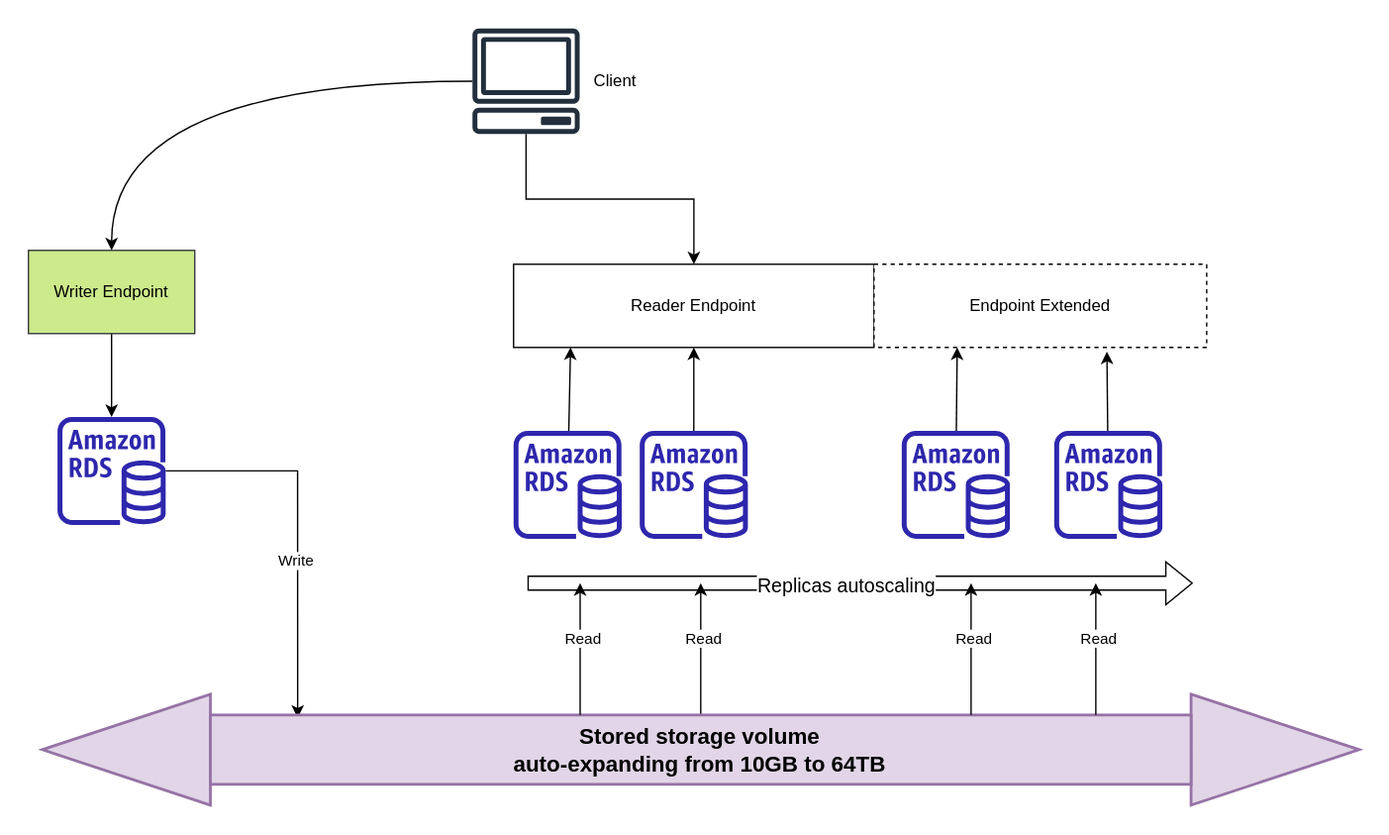
Above: 06-aws-fundamentals-rds_aurora_elasticache/assets/aurora-rds-autoscaling.svg in aditya109/journey-aws-cloud-architect (draw.io), before the change. Source tidied: cells renumbered, new cells last; positions are measured from the earlier drawing's top-left corner, leaving out a move shared by most shapes. The source it was exported from:
```xml
<mxGraphModel>
  <root>
    <mxCell id="0" />
    <mxCell id="1" parent="0" />
    <mxCell id="2" style="edgeStyle=orthogonalEdgeStyle;rounded=0;jettySize=auto;html=1;entryX=0.5;entryY=0;entryDx=0;entryDy=0;curved=1;" parent="1" edge="1" source="4" target="7">
      <mxGeometry relative="1" as="geometry" />
    </mxCell>
    <mxCell id="3" style="edgeStyle=orthogonalEdgeStyle;rounded=0;jettySize=auto;html=1;" parent="1" edge="1" source="4" target="16">
      <mxGeometry relative="1" as="geometry" />
    </mxCell>
    <mxCell id="4" style="sketch=0;outlineConnect=0;fontColor=#232F3E;gradientColor=none;fillColor=#232F3D;strokeColor=none;dashed=0;verticalLabelPosition=bottom;verticalAlign=top;align=center;html=1;fontSize=12;fontStyle=0;shape=mxgraph.aws4.client;" parent="1" vertex="1">
      <mxGeometry x="320" width="78" height="76" as="geometry" />
    </mxCell>
    <mxCell id="5" value="Client" style="text;html=1;align=center;verticalAlign=middle;strokeColor=none;fillColor=none;" parent="1" vertex="1">
      <mxGeometry x="398" y="28" width="50" height="20" as="geometry" />
    </mxCell>
    <mxCell id="6" style="edgeStyle=orthogonalEdgeStyle;rounded=0;jettySize=auto;html=1;" parent="1" edge="1" source="7" target="10">
      <mxGeometry relative="1" as="geometry" />
    </mxCell>
    <mxCell id="7" value="Writer Endpoint" style="rounded=0;whiteSpace=wrap;html=1;fillColor=#cdeb8b;strokeColor=#36393d;" parent="1" vertex="1">
      <mxGeometry y="160" width="120" height="60" as="geometry" />
    </mxCell>
    <mxCell id="8" style="edgeStyle=orthogonalEdgeStyle;rounded=0;jettySize=auto;html=1;entryX=0.089;entryY=0.04;entryDx=0;entryDy=0;entryPerimeter=0;" parent="1" edge="1" source="10" target="15">
      <mxGeometry relative="1" as="geometry" />
    </mxCell>
    <mxCell id="9" value="Write" style="edgeLabel;html=1;align=center;verticalAlign=middle;" parent="8" vertex="1">
      <mxGeometry x="0.17" y="-2" relative="1" as="geometry" />
    </mxCell>
    <mxCell id="10" style="sketch=0;outlineConnect=0;fontColor=#232F3E;gradientColor=none;fillColor=#2E27AD;strokeColor=none;dashed=0;verticalLabelPosition=bottom;verticalAlign=top;align=center;html=1;fontSize=12;fontStyle=0;shape=mxgraph.aws4.rds_instance;" parent="1" vertex="1">
      <mxGeometry x="21" y="280" width="78" height="78" as="geometry" />
    </mxCell>
    <mxCell id="11" style="triangle;whiteSpace=wrap;html=1;strokeColor=#9673a6;strokeWidth=2;fillColor=#e1d5e7;" parent="1" vertex="1">
      <mxGeometry x="838.7" y="480" width="121.3" height="80" as="geometry" />
    </mxCell>
    <mxCell id="12" style="triangle;whiteSpace=wrap;html=1;strokeColor=#9673a6;strokeWidth=2;rotation=-180;fillColor=#e1d5e7;" parent="1" vertex="1">
      <mxGeometry x="10" y="480" width="121.3" height="80" as="geometry" />
    </mxCell>
    <mxCell id="13" style="edgeStyle=none;rounded=0;jettySize=auto;html=1;fontSize=14;" parent="1" edge="1" source="15">
      <mxGeometry relative="1" as="geometry">
        <mxPoint x="485" y="400" as="targetPoint" />
      </mxGeometry>
    </mxCell>
    <mxCell id="14" value="Read" style="edgeLabel;html=1;align=center;verticalAlign=middle;fontSize=11;" parent="13" vertex="1">
      <mxGeometry x="0.16" y="-1" relative="1" as="geometry" />
    </mxCell>
    <mxCell id="15" value="&lt;b style=&quot;font-size: 16px&quot;&gt;Stored storage volume&lt;br&gt;auto-expanding from 10GB to 64TB&lt;/b&gt;" style="rounded=0;whiteSpace=wrap;html=1;strokeColor=#9673a6;strokeWidth=2;fillColor=#e1d5e7;" parent="1" vertex="1">
      <mxGeometry x="131.3" y="495" width="707.5" height="50" as="geometry" />
    </mxCell>
    <mxCell id="16" value="Reader Endpoint" style="rounded=0;whiteSpace=wrap;html=1;" parent="1" vertex="1">
      <mxGeometry x="350" y="170" width="260" height="60" as="geometry" />
    </mxCell>
    <mxCell id="17" value="Endpoint Extended" style="rounded=0;whiteSpace=wrap;html=1;dashed=1;" parent="1" vertex="1">
      <mxGeometry x="610" y="170" width="240" height="60" as="geometry" />
    </mxCell>
    <mxCell id="18" style="rounded=0;jettySize=auto;html=1;entryX=0.158;entryY=1;entryDx=0;entryDy=0;entryPerimeter=0;" parent="1" edge="1" source="19" target="16">
      <mxGeometry relative="1" as="geometry" />
    </mxCell>
    <mxCell id="19" style="sketch=0;outlineConnect=0;fontColor=#232F3E;gradientColor=none;fillColor=#2E27AD;strokeColor=none;dashed=0;verticalLabelPosition=bottom;verticalAlign=top;align=center;html=1;fontSize=12;fontStyle=0;shape=mxgraph.aws4.rds_instance;" parent="1" vertex="1">
      <mxGeometry x="350" y="290" width="78" height="78" as="geometry" />
    </mxCell>
    <mxCell id="20" style="edgeStyle=none;rounded=0;jettySize=auto;html=1;" parent="1" edge="1" source="21" target="16">
      <mxGeometry relative="1" as="geometry" />
    </mxCell>
    <mxCell id="21" style="sketch=0;outlineConnect=0;fontColor=#232F3E;gradientColor=none;fillColor=#2E27AD;strokeColor=none;dashed=0;verticalLabelPosition=bottom;verticalAlign=top;align=center;html=1;fontSize=12;fontStyle=0;shape=mxgraph.aws4.rds_instance;" parent="1" vertex="1">
      <mxGeometry x="441" y="290" width="78" height="78" as="geometry" />
    </mxCell>
    <mxCell id="22" style="edgeStyle=none;rounded=0;jettySize=auto;html=1;entryX=0.25;entryY=1;entryDx=0;entryDy=0;" parent="1" edge="1" source="23" target="17">
      <mxGeometry relative="1" as="geometry" />
    </mxCell>
    <mxCell id="23" style="sketch=0;outlineConnect=0;fontColor=#232F3E;gradientColor=none;fillColor=#2E27AD;strokeColor=none;dashed=0;verticalLabelPosition=bottom;verticalAlign=top;align=center;html=1;fontSize=12;fontStyle=0;shape=mxgraph.aws4.rds_instance;" parent="1" vertex="1">
      <mxGeometry x="630" y="290" width="78" height="78" as="geometry" />
    </mxCell>
    <mxCell id="24" style="edgeStyle=none;rounded=0;jettySize=auto;html=1;entryX=0.7;entryY=1.05;entryDx=0;entryDy=0;entryPerimeter=0;" parent="1" edge="1" source="25" target="17">
      <mxGeometry relative="1" as="geometry" />
    </mxCell>
    <mxCell id="25" style="sketch=0;outlineConnect=0;fontColor=#232F3E;gradientColor=none;fillColor=#2E27AD;strokeColor=none;dashed=0;verticalLabelPosition=bottom;verticalAlign=top;align=center;html=1;fontSize=12;fontStyle=0;shape=mxgraph.aws4.rds_instance;" parent="1" vertex="1">
      <mxGeometry x="740" y="290" width="78" height="78" as="geometry" />
    </mxCell>
    <mxCell id="26" style="shape=flexArrow;endArrow=classic;html=1;rounded=0;" parent="1" edge="1">
      <mxGeometry relative="1" as="geometry">
        <mxPoint x="360" y="400" as="sourcePoint" />
        <mxPoint x="840" y="400" as="targetPoint" />
      </mxGeometry>
    </mxCell>
    <mxCell id="27" value="Replicas autoscaling" style="edgeLabel;html=1;align=center;verticalAlign=middle;fontSize=14;" parent="26" vertex="1">
      <mxGeometry x="-0.2" y="-1" relative="1" as="geometry">
        <mxPoint x="38" as="offset" />
      </mxGeometry>
    </mxCell>
    <mxCell id="28" style="edgeStyle=none;rounded=0;orthogonalLoop=1;jettySize=auto;html=1;fontSize=14;" parent="1" edge="1">
      <mxGeometry relative="1" as="geometry">
        <mxPoint x="680" y="495" as="sourcePoint" />
        <mxPoint x="680" y="400" as="targetPoint" />
      </mxGeometry>
    </mxCell>
    <mxCell id="29" value="Read" style="edgeLabel;html=1;align=center;verticalAlign=middle;fontSize=11;" parent="28" vertex="1">
      <mxGeometry x="0.16" y="-1" relative="1" as="geometry" />
    </mxCell>
    <mxCell id="30" style="edgeStyle=none;rounded=0;orthogonalLoop=1;jettySize=auto;html=1;fontSize=14;" parent="1" edge="1">
      <mxGeometry relative="1" as="geometry">
        <mxPoint x="770" y="495" as="sourcePoint" />
        <mxPoint x="770" y="400" as="targetPoint" />
      </mxGeometry>
    </mxCell>
    <mxCell id="31" value="Read" style="edgeLabel;html=1;align=center;verticalAlign=middle;fontSize=11;" parent="30" vertex="1">
      <mxGeometry x="0.16" y="-1" relative="1" as="geometry" />
    </mxCell>
    <mxCell id="32" style="edgeStyle=none;rounded=0;orthogonalLoop=1;jettySize=auto;html=1;fontSize=14;" parent="1" edge="1">
      <mxGeometry relative="1" as="geometry">
        <mxPoint x="398" y="495" as="sourcePoint" />
        <mxPoint x="398" y="400" as="targetPoint" />
      </mxGeometry>
    </mxCell>
    <mxCell id="33" value="Read" style="edgeLabel;html=1;align=center;verticalAlign=middle;fontSize=11;" parent="32" vertex="1">
      <mxGeometry x="0.16" y="-1" relative="1" as="geometry" />
    </mxCell>
  </root>
</mxGraphModel>
```
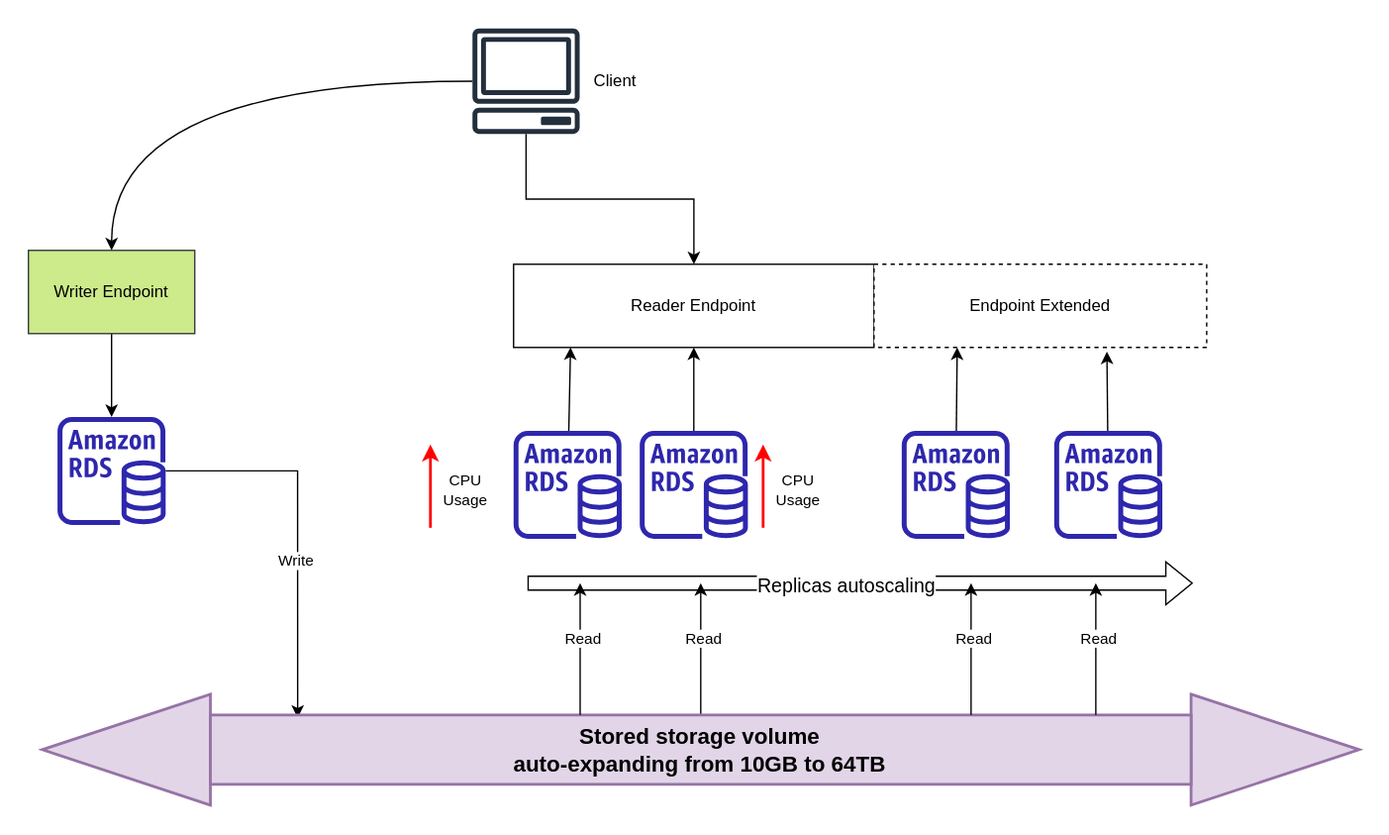
The same file after the commit.

Commit message:
refreshing assets

Diff of the diagram source:
```diff
@@ -114,5 +114,29 @@
     <mxCell id="33" value="Read" style="edgeLabel;html=1;align=center;verticalAlign=middle;fontSize=11;" parent="32" vertex="1">
       <mxGeometry x="0.16" y="-1" relative="1" as="geometry" />
     </mxCell>
+    <mxCell id="34" style="group;" parent="1" vertex="1">
+      <mxGeometry x="530" y="300" width="50" height="60" as="geometry" />
+    </mxCell>
+    <mxCell id="35" style="endArrow=classic;html=1;rounded=0;fontSize=11;strokeWidth=2;strokeColor=#FF0000;" parent="34" edge="1">
+      <mxGeometry relative="1" as="geometry">
+        <mxPoint y="60" as="sourcePoint" />
+        <mxPoint as="targetPoint" />
+      </mxGeometry>
+    </mxCell>
+    <mxCell id="36" value="CPU&lt;br&gt;Usage" style="text;html=1;align=center;verticalAlign=middle;strokeColor=none;fillColor=none;fontSize=11;" parent="34" vertex="1">
+      <mxGeometry y="18" width="50" height="30" as="geometry" />
+    </mxCell>
+    <mxCell id="37" style="group;" parent="1" vertex="1">
+      <mxGeometry x="290" y="300" width="50" height="60" as="geometry" />
+    </mxCell>
+    <mxCell id="38" style="endArrow=classic;html=1;rounded=0;fontSize=11;strokeWidth=2;strokeColor=#FF0000;" parent="37" edge="1">
+      <mxGeometry relative="1" as="geometry">
+        <mxPoint y="60" as="sourcePoint" />
+        <mxPoint as="targetPoint" />
+      </mxGeometry>
+    </mxCell>
+    <mxCell id="39" value="CPU&lt;br&gt;Usage" style="text;html=1;align=center;verticalAlign=middle;strokeColor=none;fillColor=none;fontSize=11;" parent="37" vertex="1">
+      <mxGeometry y="18" width="50" height="30" as="geometry" />
+    </mxCell>
   </root>
 </mxGraphModel>
```
